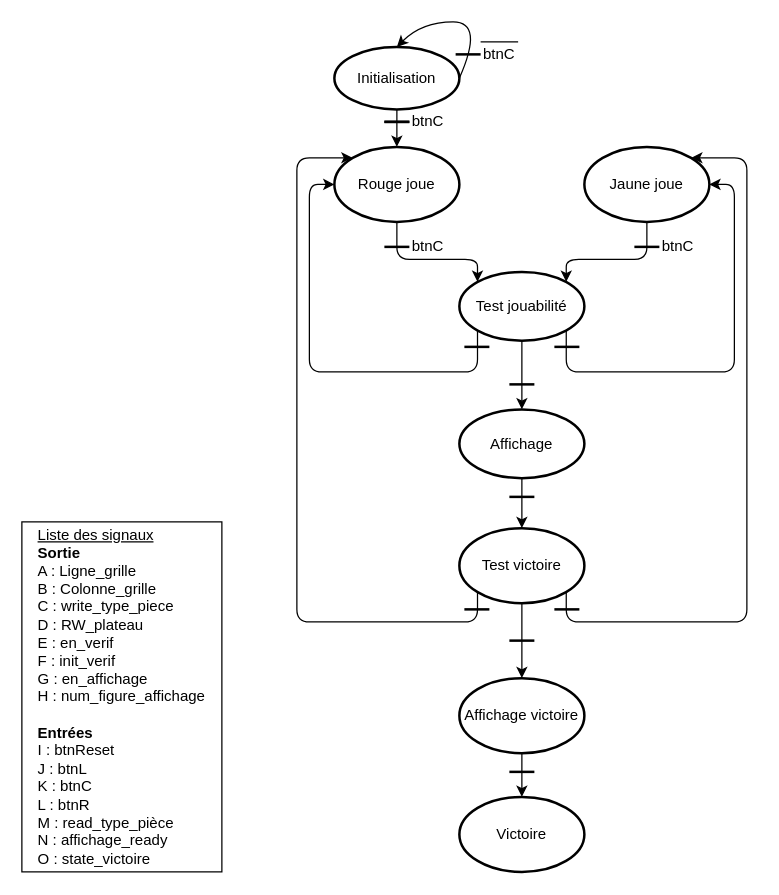
Above: Sources/FSM/FSM.drawio in Starmaxou/Puissance4_VHDL (draw.io), before the change. Source tidied: cells renumbered, new cells numbered last; positions are measured from the earlier drawing's top-left corner, leaving out a move shared by most shapes. Both pictures are drawn from the tidied source at 125%, with x=0, y=0 at pixel (21, 21).
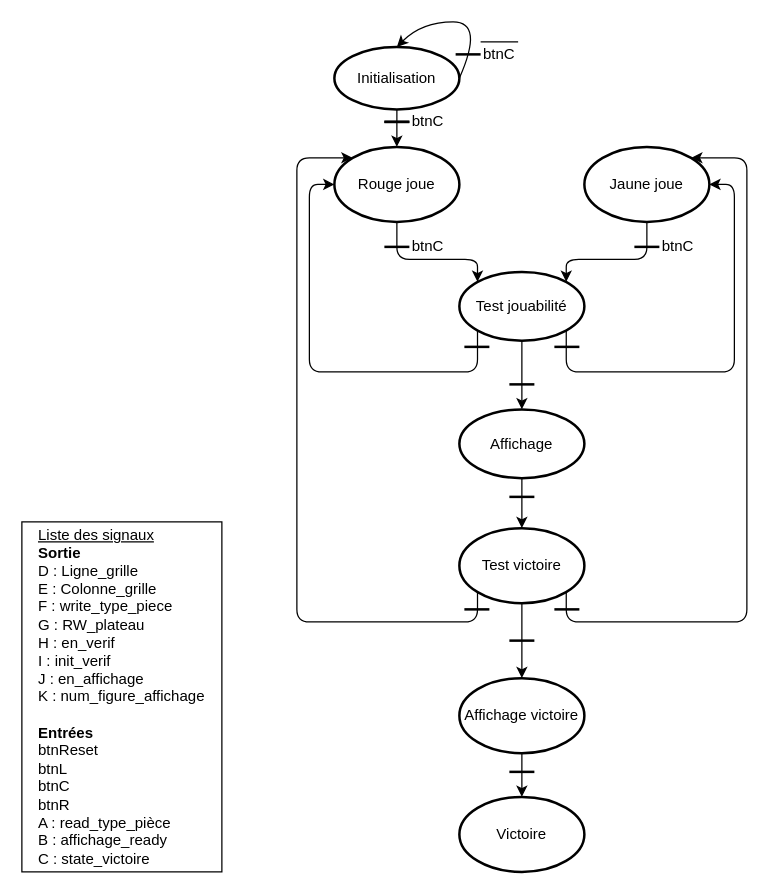
After the change.

Diff of the diagram source:
```diff
@@
-    <mxCell id="40" value="&lt;div style=&quot;text-align: left&quot;&gt;&lt;u&gt;Liste des signaux&lt;/u&gt;&lt;/div&gt;&lt;b&gt;&lt;div style=&quot;text-align: left&quot;&gt;&lt;b&gt;Sortie&lt;/b&gt;&lt;/div&gt;&lt;/b&gt;&lt;div style=&quot;text-align: left&quot;&gt;&lt;span&gt;A : Ligne_grille&lt;/span&gt;&lt;/div&gt;&lt;div style=&quot;text-align: left&quot;&gt;&lt;span&gt;B : Colonne_grille&lt;/span&gt;&lt;/div&gt;&lt;div style=&quot;text-align: left&quot;&gt;&lt;span&gt;C : write_type_piece&lt;/span&gt;&lt;/div&gt;&lt;div style=&quot;text-align: left&quot;&gt;&lt;span&gt;D : RW_plateau&lt;/span&gt;&lt;/div&gt;&lt;div style=&quot;text-align: left&quot;&gt;&lt;span&gt;E : en_verif&lt;/span&gt;&lt;/div&gt;&lt;div style=&quot;text-align: left&quot;&gt;&lt;span&gt;F : init_verif&lt;/span&gt;&lt;/div&gt;&lt;div style=&quot;text-align: left&quot;&gt;&lt;span&gt;G : en_affichage&lt;/span&gt;&lt;/div&gt;&lt;div style=&quot;text-align: left&quot;&gt;&lt;span&gt;H : num_figure_affichage&lt;/span&gt;&lt;/div&gt;&lt;div style=&quot;text-align: left&quot;&gt;&lt;span&gt;&lt;br&gt;&lt;/span&gt;&lt;/div&gt;&lt;div style=&quot;text-align: left&quot;&gt;&lt;b&gt;Entrées&lt;/b&gt;&lt;/div&gt;&lt;div style=&quot;text-align: left&quot;&gt;I : btnReset&lt;/div&gt;&lt;div style=&quot;text-align: left&quot;&gt;J : btnL&lt;/div&gt;&lt;div style=&quot;text-align: left&quot;&gt;K : btnC&lt;/div&gt;&lt;div style=&quot;text-align: left&quot;&gt;L : btnR&lt;/div&gt;&lt;div style=&quot;text-align: left&quot;&gt;M : read_type_pièce&lt;/div&gt;&lt;div style=&quot;text-align: left&quot;&gt;N : affichage_ready&lt;/div&gt;&lt;div style=&quot;text-align: left&quot;&gt;O : state_victoire&lt;/div&gt;" style="rounded=0;whiteSpace=wrap;html=1;" parent="1" vertex="1">
+    <mxCell id="40" value="&lt;div style=&quot;text-align: left&quot;&gt;&lt;u&gt;Liste des signaux&lt;/u&gt;&lt;/div&gt;&lt;b&gt;&lt;div style=&quot;text-align: left&quot;&gt;&lt;b&gt;Sortie&lt;/b&gt;&lt;/div&gt;&lt;/b&gt;&lt;div style=&quot;text-align: left&quot;&gt;&lt;span&gt;D : Ligne_grille&lt;/span&gt;&lt;/div&gt;&lt;div style=&quot;text-align: left&quot;&gt;&lt;span&gt;E : Colonne_grille&lt;/span&gt;&lt;/div&gt;&lt;div style=&quot;text-align: left&quot;&gt;&lt;span&gt;F : write_type_piece&lt;/span&gt;&lt;/div&gt;&lt;div style=&quot;text-align: left&quot;&gt;&lt;span&gt;G : RW_plateau&lt;/span&gt;&lt;/div&gt;&lt;div style=&quot;text-align: left&quot;&gt;&lt;span&gt;H : en_verif&lt;/span&gt;&lt;/div&gt;&lt;div style=&quot;text-align: left&quot;&gt;&lt;span&gt;I : init_verif&lt;/span&gt;&lt;/div&gt;&lt;div style=&quot;text-align: left&quot;&gt;&lt;span&gt;J : en_affichage&lt;/span&gt;&lt;/div&gt;&lt;div style=&quot;text-align: left&quot;&gt;&lt;span&gt;K : num_figure_affichage&lt;/span&gt;&lt;/div&gt;&lt;div style=&quot;text-align: left&quot;&gt;&lt;span&gt;&lt;br&gt;&lt;/span&gt;&lt;/div&gt;&lt;div style=&quot;text-align: left&quot;&gt;&lt;b&gt;Entrées&lt;/b&gt;&lt;/div&gt;&lt;div style=&quot;text-align: left&quot;&gt;btnReset&lt;/div&gt;&lt;div style=&quot;text-align: left&quot;&gt;btnL&lt;/div&gt;&lt;div style=&quot;text-align: left&quot;&gt;btnC&lt;/div&gt;&lt;div style=&quot;text-align: left&quot;&gt;btnR&lt;/div&gt;&lt;div style=&quot;text-align: left&quot;&gt;A : read_type_pièce&lt;/div&gt;&lt;div style=&quot;text-align: left&quot;&gt;B : affichage_ready&lt;/div&gt;&lt;div style=&quot;text-align: left&quot;&gt;C : state_victoire&lt;/div&gt;" style="rounded=0;whiteSpace=wrap;html=1;" parent="1" vertex="1">
       <mxGeometry y="400" width="160" height="280" as="geometry" />
     </mxCell>
```
